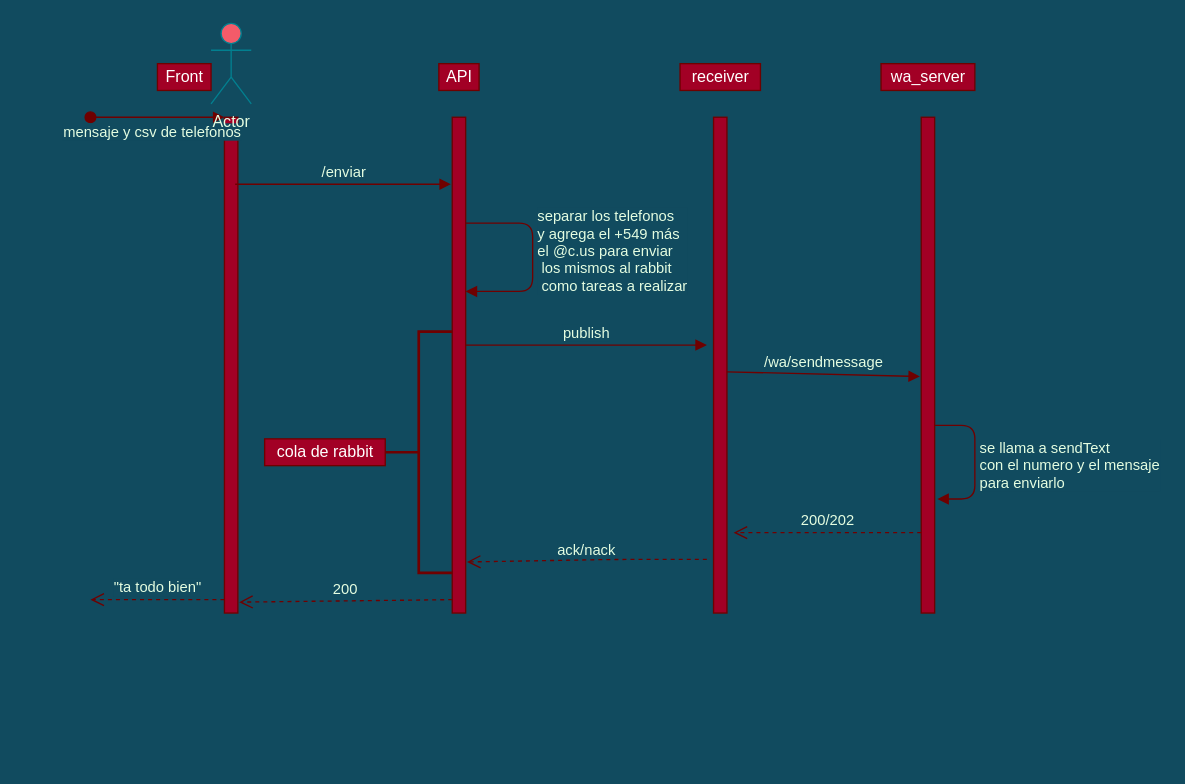
Earlier version of the draw.io diagram Diagramas/flujo de mensaje masivo.drawio (Kuro933/script_refresh_wa). Source tidied: cells renumbered, new cells numbered last; positions are measured from the earlier drawing's top-left corner, leaving out a move shared by most shapes. Both pictures are drawn from the tidied source at 134%, with x=0, y=0 at pixel (90, 23).
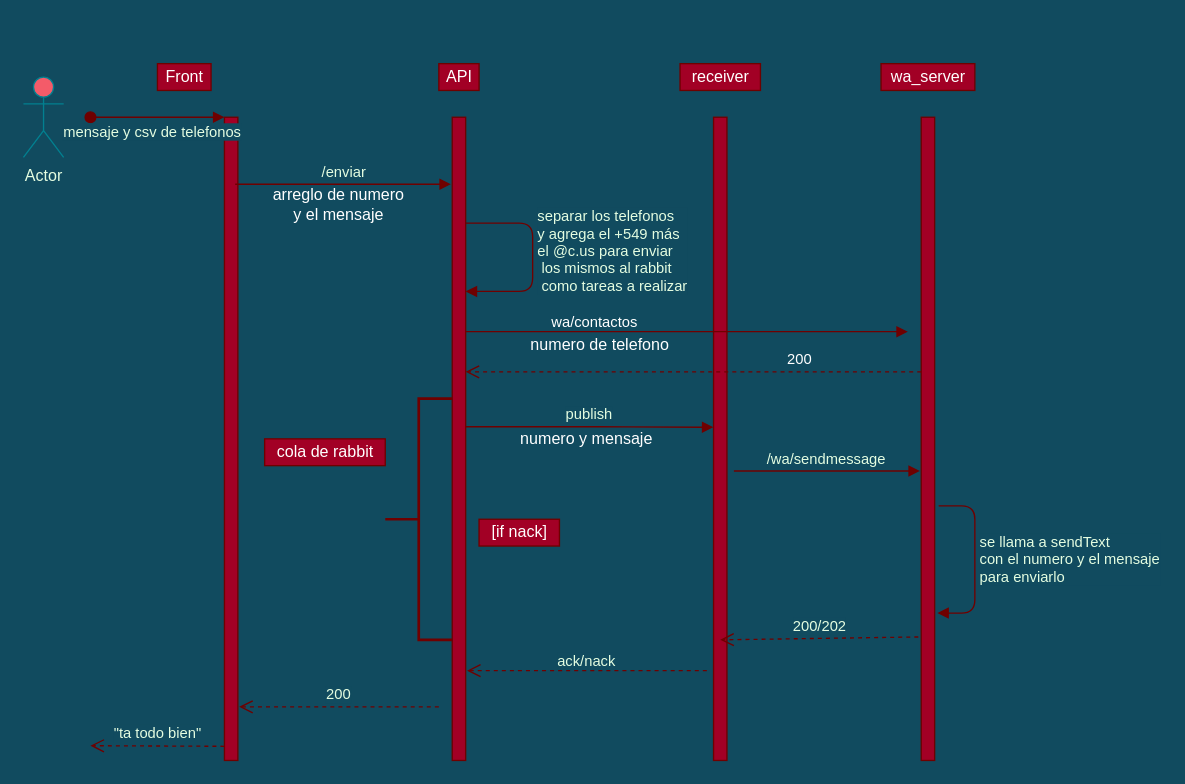
The same page after the edit.

Commit message:
Comportamiento con todos siendo contactos

Diff of the diagram source:
```diff
@@
     <mxCell id="2" style="html=1;points=[];perimeter=orthogonalPerimeter;fontStyle=0;fillColor=#a20025;strokeColor=#6F0000;fontColor=#ffffff;" parent="1" vertex="1">
-      <mxGeometry x="100" y="70" width="10" height="370" as="geometry" />
+      <mxGeometry x="100" y="70" width="10" height="480" as="geometry" />
     </mxCell>
@@
     <mxCell id="6" style="html=1;points=[];perimeter=orthogonalPerimeter;fontStyle=0;fillColor=#a20025;strokeColor=#6F0000;fontColor=#ffffff;" parent="1" vertex="1">
-      <mxGeometry x="270" y="70" width="10" height="370" as="geometry" />
+      <mxGeometry x="270" y="70" width="10" height="480" as="geometry" />
     </mxCell>
@@
     <mxCell id="8" style="html=1;points=[];perimeter=orthogonalPerimeter;fontStyle=0;fillColor=#a20025;strokeColor=#6F0000;fontColor=#ffffff;" parent="1" vertex="1">
-      <mxGeometry x="465" y="70" width="10" height="370" as="geometry" />
+      <mxGeometry x="465" y="70" width="10" height="480" as="geometry" />
     </mxCell>
@@
-    <mxCell id="11" value="publish&lt;br&gt;" style="html=1;verticalAlign=bottom;endArrow=block;fontColor=#E4FDE1;labelBackgroundColor=#114B5F;fontStyle=0;fillColor=#a20025;strokeColor=#6F0000;" parent="1" edge="1">
+    <mxCell id="11" value="publish&lt;br&gt;" style="html=1;verticalAlign=bottom;endArrow=block;fontColor=#E4FDE1;labelBackgroundColor=#114B5F;fontStyle=0;fillColor=#a20025;strokeColor=#6F0000;entryX=-0.012;entryY=0.482;entryDx=0;entryDy=0;entryPerimeter=0;" parent="1" edge="1" target="8">
       <mxGeometry relative="1" as="geometry">
-        <mxPoint x="280" y="240" as="sourcePoint" />
-        <mxPoint x="460" y="240" as="targetPoint" />
+        <mxPoint x="280" y="301" as="sourcePoint" />
         <Array as="points">
-          <mxPoint x="320" y="240" />
-          <mxPoint x="350" y="240" />
-          <mxPoint x="380" y="240" />
+          <mxPoint x="340" y="301" />
+          <mxPoint x="390" y="301" />
         </Array>
       </mxGeometry>
     </mxCell>
     <mxCell id="12" style="strokeWidth=2;html=1;shape=mxgraph.flowchart.annotation_2;align=left;labelPosition=right;fontStyle=0;fillColor=#a20025;strokeColor=#6F0000;fontColor=#ffffff;" parent="1" vertex="1">
-      <mxGeometry x="220" y="230" width="50" height="180" as="geometry" />
+      <mxGeometry x="220" y="280" width="50" height="180" as="geometry" />
     </mxCell>
@@
     <mxCell id="14" style="html=1;points=[];perimeter=orthogonalPerimeter;fontStyle=0;fillColor=#a20025;strokeColor=#6F0000;fontColor=#ffffff;" parent="1" vertex="1">
-      <mxGeometry x="620" y="70" width="10" height="370" as="geometry" />
+      <mxGeometry x="620" y="70" width="10" height="480" as="geometry" />
     </mxCell>
-    <mxCell id="15" value="/wa/sendmessage" style="html=1;verticalAlign=bottom;endArrow=block;fontColor=#E4FDE1;labelBackgroundColor=#114B5F;fontStyle=0;fillColor=#a20025;strokeColor=#6F0000;" parent="1" edge="1">
+    <mxCell id="15" value="/wa/sendmessage" style="html=1;verticalAlign=bottom;endArrow=block;fontColor=#E4FDE1;labelBackgroundColor=#114B5F;fontStyle=0;fillColor=#a20025;strokeColor=#6F0000;exitX=1.518;exitY=0.55;exitDx=0;exitDy=0;exitPerimeter=0;" parent="1" edge="1" source="8">
       <mxGeometry relative="1" as="geometry">
-        <mxPoint x="475" y="260" as="sourcePoint" />
-        <mxPoint x="619" y="263.5" as="targetPoint" />
+        <mxPoint x="619" y="334" as="targetPoint" />
       </mxGeometry>
     </mxCell>
@@
-    <mxCell id="17" value="se llama a sendText&lt;br&gt;con el numero y el mensaje&lt;br&gt;para enviarlo" style="edgeStyle=orthogonalEdgeStyle;html=1;align=left;spacingLeft=2;endArrow=block;entryX=1.2;entryY=0.77;entryDx=0;entryDy=0;entryPerimeter=0;fontColor=#E4FDE1;labelBackgroundColor=#114B5F;fontStyle=0;fillColor=#a20025;strokeColor=#6F0000;" parent="1" edge="1" target="14">
-      <mxGeometry x="0.06" relative="1" as="geometry">
-        <mxPoint x="630" y="300" as="sourcePoint" />
+    <mxCell id="17" value="se llama a sendText&lt;br&gt;con el numero y el mensaje&lt;br&gt;para enviarlo" style="edgeStyle=orthogonalEdgeStyle;html=1;align=left;spacingLeft=2;endArrow=block;fontColor=#E4FDE1;labelBackgroundColor=#114B5F;fontStyle=0;fillColor=#a20025;strokeColor=#6F0000;" parent="1" edge="1">
+      <mxGeometry x="0.08" relative="1" as="geometry">
+        <mxPoint x="640" y="360" as="sourcePoint" />
+        <mxPoint x="632" y="440" as="targetPoint" />
         <Array as="points">
-          <mxPoint x="660" y="300" />
-          <mxPoint x="660" y="355" />
+          <mxPoint x="630" y="360" />
+          <mxPoint x="660" y="360" />
+          <mxPoint x="660" y="440" />
         </Array>
       </mxGeometry>
     </mxCell>
-    <mxCell id="18" value="200/202" style="html=1;verticalAlign=bottom;endArrow=open;dashed=1;endSize=8;fontColor=#E4FDE1;labelBackgroundColor=#114B5F;fontStyle=0;fillColor=#a20025;strokeColor=#6F0000;" parent="1" edge="1">
+    <mxCell id="18" value="200/202" style="html=1;verticalAlign=bottom;endArrow=open;dashed=1;endSize=8;fontColor=#E4FDE1;labelBackgroundColor=#114B5F;fontStyle=0;fillColor=#a20025;strokeColor=#6F0000;exitX=-0.218;exitY=0.808;exitDx=0;exitDy=0;exitPerimeter=0;" parent="1" edge="1" source="14">
       <mxGeometry relative="1" as="geometry">
-        <mxPoint x="620" y="380" as="sourcePoint" />
-        <mxPoint x="480" y="380" as="targetPoint" />
+        <mxPoint x="470" y="460" as="targetPoint" />
       </mxGeometry>
     </mxCell>
-    <mxCell id="19" value="ack/nack" style="html=1;verticalAlign=bottom;endArrow=open;dashed=1;endSize=8;entryX=1.1;entryY=0.897;entryDx=0;entryDy=0;entryPerimeter=0;fontColor=#E4FDE1;labelBackgroundColor=#114B5F;fontStyle=0;fillColor=#a20025;strokeColor=#6F0000;" parent="1" edge="1" target="6">
+    <mxCell id="19" value="ack/nack" style="html=1;verticalAlign=bottom;endArrow=open;dashed=1;endSize=8;fontColor=#E4FDE1;labelBackgroundColor=#114B5F;fontStyle=0;fillColor=#a20025;strokeColor=#6F0000;" parent="1" edge="1">
       <mxGeometry x="0.01" y="2" relative="1" as="geometry">
-        <mxPoint x="460" y="400" as="sourcePoint" />
-        <Array as="points">
-          <mxPoint x="390" y="400" />
-        </Array>
+        <mxPoint x="460" y="483" as="sourcePoint" />
+        <mxPoint x="281" y="483" as="targetPoint" />
       </mxGeometry>
     </mxCell>
-    <mxCell id="20" value="200" style="html=1;verticalAlign=bottom;endArrow=open;dashed=1;endSize=8;entryX=1.1;entryY=0.978;entryDx=0;entryDy=0;entryPerimeter=0;fontColor=#E4FDE1;labelBackgroundColor=#114B5F;fontStyle=0;fillColor=#a20025;strokeColor=#6F0000;" parent="1" edge="1" target="2">
+    <mxCell id="20" value="200" style="html=1;verticalAlign=bottom;endArrow=open;dashed=1;endSize=8;fontColor=#E4FDE1;labelBackgroundColor=#114B5F;fontStyle=0;fillColor=#a20025;strokeColor=#6F0000;" parent="1" edge="1">
       <mxGeometry relative="1" as="geometry">
-        <mxPoint x="270" y="430" as="sourcePoint" />
+        <mxPoint x="260" y="510" as="sourcePoint" />
+        <mxPoint x="111" y="510" as="targetPoint" />
       </mxGeometry>
     </mxCell>
-    <mxCell id="21" value="&quot;ta todo bien&quot;&lt;br&gt;" style="html=1;verticalAlign=bottom;endArrow=open;dashed=1;endSize=8;fontColor=#E4FDE1;labelBackgroundColor=#114B5F;fontStyle=0;fillColor=#a20025;strokeColor=#6F0000;" parent="1" edge="1">
+    <mxCell id="21" value="&quot;ta todo bien&quot;&lt;br&gt;" style="html=1;verticalAlign=bottom;endArrow=open;dashed=1;endSize=8;fontColor=#E4FDE1;labelBackgroundColor=#114B5F;fontStyle=0;fillColor=#a20025;strokeColor=#6F0000;exitX=0;exitY=0.978;exitDx=0;exitDy=0;exitPerimeter=0;" parent="1" edge="1" source="2">
       <mxGeometry relative="1" as="geometry">
-        <mxPoint x="100" y="430" as="sourcePoint" />
-        <mxPoint y="430" as="targetPoint" />
+        <mxPoint y="539" as="targetPoint" />
       </mxGeometry>
     </mxCell>
     <mxCell id="22" value="Actor" style="shape=umlActor;verticalLabelPosition=bottom;verticalAlign=top;html=1;fillColor=#F45B69;strokeColor=#028090;fontColor=#E4FDE1;" parent="1" vertex="1">
-      <mxGeometry x="90" width="30" height="60" as="geometry" />
+      <mxGeometry x="-50" y="40" width="30" height="60" as="geometry" />
     </mxCell>
+    <mxCell id="23" value="[if nack]" style="text;html=1;align=center;verticalAlign=middle;strokeColor=#6F0000;fontColor=#ffffff;fillColor=#a20025;" parent="1" vertex="1">
+      <mxGeometry x="290" y="370" width="60" height="20" as="geometry" />
+    </mxCell>
+    <mxCell id="24" value="numero y mensaje" style="text;html=1;align=center;verticalAlign=middle;strokeColor=none;fontColor=#FFFFFF;" parent="1" vertex="1">
+      <mxGeometry x="315" y="300" width="110" height="20" as="geometry" />
+    </mxCell>
+    <mxCell id="25" value="arreglo de numero &lt;br&gt;y el mensaje" style="text;html=1;align=center;verticalAlign=middle;strokeColor=none;fontColor=#FFFFFF;" parent="1" vertex="1">
+      <mxGeometry x="130" y="120" width="110" height="30" as="geometry" />
+    </mxCell>
+    <mxCell id="26" value="wa/contactos" style="html=1;verticalAlign=bottom;endArrow=block;labelBackgroundColor=none;fontColor=#FFFFFF;strokeColor=#6F0000;fillColor=#F45B69;" parent="1" edge="1">
+      <mxGeometry x="-0.42" y="-2" relative="1" as="geometry">
+        <mxPoint x="280" y="230" as="sourcePoint" />
+        <mxPoint x="610" y="230" as="targetPoint" />
+      </mxGeometry>
+    </mxCell>
+    <mxCell id="27" value="numero de telefono" style="text;html=1;align=center;verticalAlign=middle;strokeColor=none;fontColor=#FFFFFF;" parent="1" vertex="1">
+      <mxGeometry x="320" y="230" width="120" height="20" as="geometry" />
+    </mxCell>
+    <mxCell id="28" value="200" style="html=1;verticalAlign=bottom;endArrow=open;dashed=1;endSize=8;labelBackgroundColor=none;fontColor=#FFFFFF;strokeColor=#6F0000;fillColor=#F45B69;" parent="1" edge="1" target="6">
+      <mxGeometry x="-0.47" relative="1" as="geometry">
+        <mxPoint x="620" y="260" as="sourcePoint" />
+        <mxPoint x="-1" as="offset" />
+      </mxGeometry>
+    </mxCell>
```
